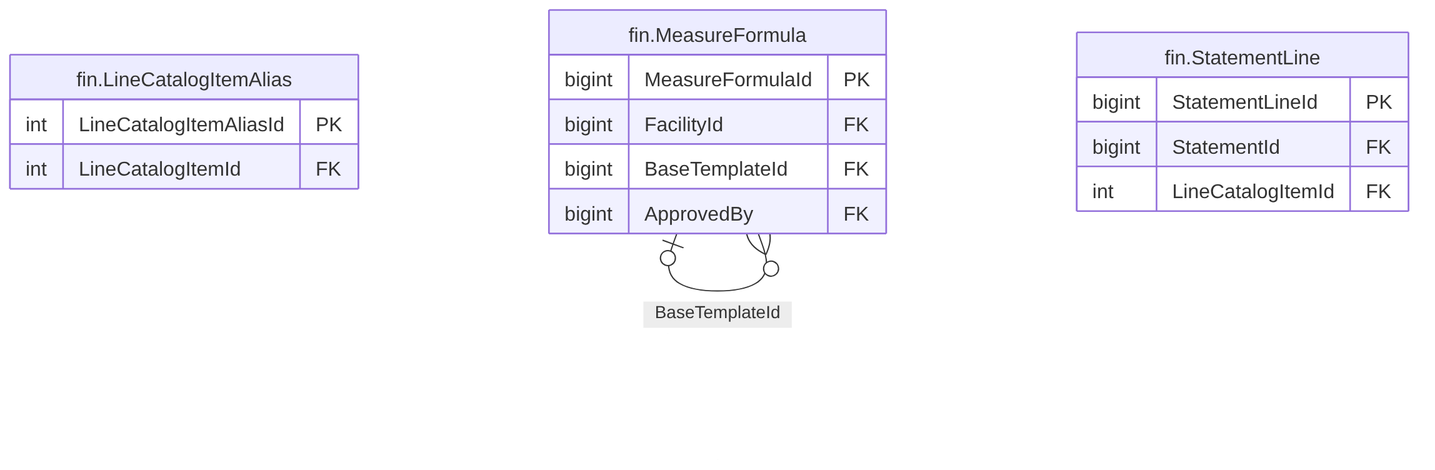
This is treasury-platform/docs/diagrams/erd/m5_financials_2.png from thawrasy/smartlines, a Mermaid export, as it was before one commit. Its source is kept beside it as treasury-platform/docs/diagrams/erd/m5_financials_2.mmd.
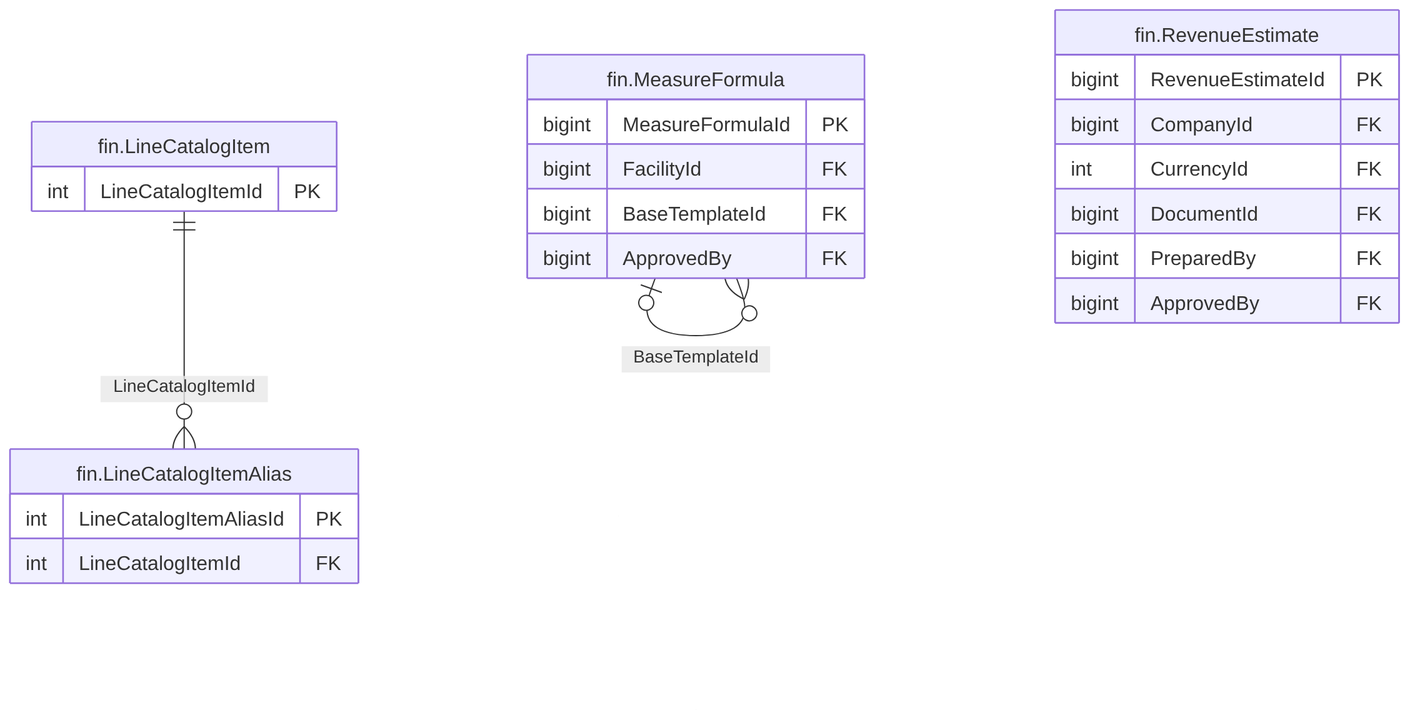
After the commit.

Diff of the diagram source:
```diff
@@ -1,4 +1,7 @@
 erDiagram
+  fin_LineCatalogItem["fin.LineCatalogItem"] {
+    int LineCatalogItemId PK
+  }
   fin_LineCatalogItemAlias["fin.LineCatalogItemAlias"] {
     int LineCatalogItemAliasId PK
     int LineCatalogItemId FK
@@ -9,9 +12,13 @@
     bigint BaseTemplateId FK
     bigint ApprovedBy FK
   }
-  fin_StatementLine["fin.StatementLine"] {
-    bigint StatementLineId PK
-    bigint StatementId FK
-    int LineCatalogItemId FK
+  fin_RevenueEstimate["fin.RevenueEstimate"] {
+    bigint RevenueEstimateId PK
+    bigint CompanyId FK
+    int CurrencyId FK
+    bigint DocumentId FK
+    bigint PreparedBy FK
+    bigint ApprovedBy FK
   }
+  fin_LineCatalogItem ||--o{ fin_LineCatalogItemAlias : "LineCatalogItemId"
   fin_MeasureFormula |o--o{ fin_MeasureFormula : "BaseTemplateId"
```
